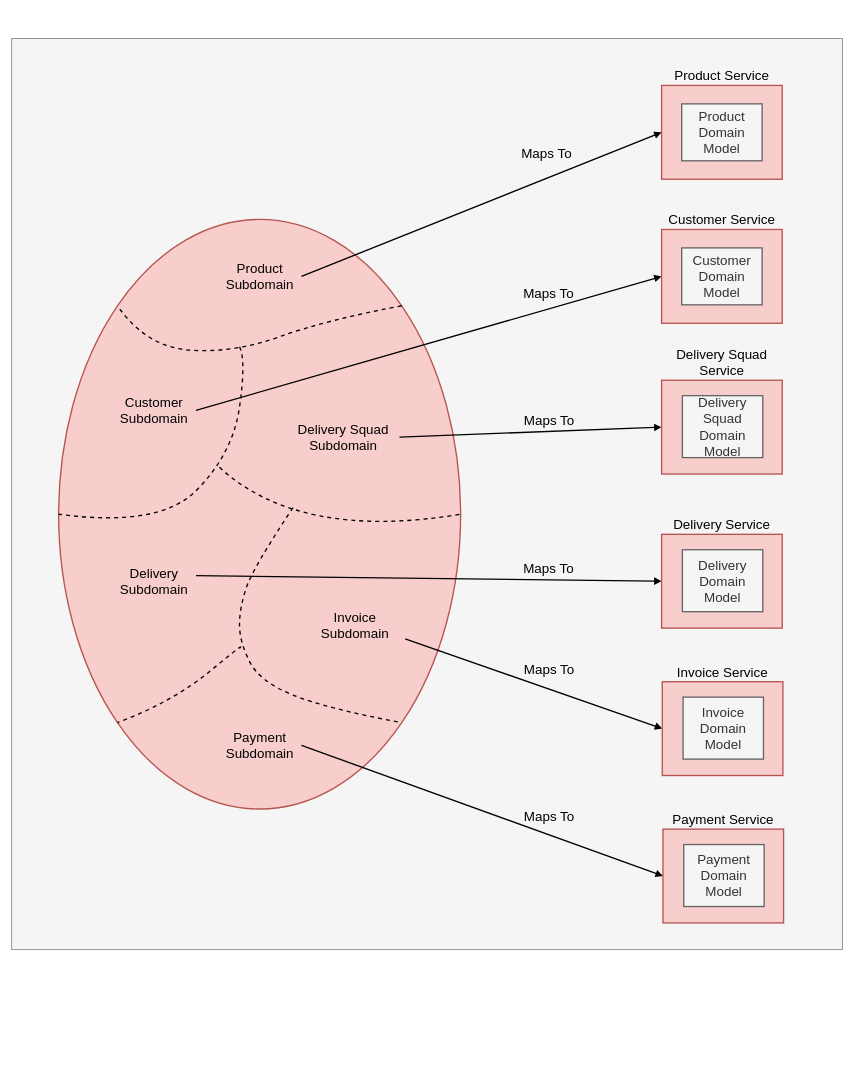
Earlier version of the draw.io diagram docs/diagram/subdomain_service_view.drawio (dudhwalas/dudhwala). Source tidied: cells renumbered, new cells numbered last; positions are measured from the earlier drawing's top-left corner, leaving out a move shared by most shapes. Both pictures are drawn from the tidied source at 67%, with x=0, y=0 at pixel (11, 38).
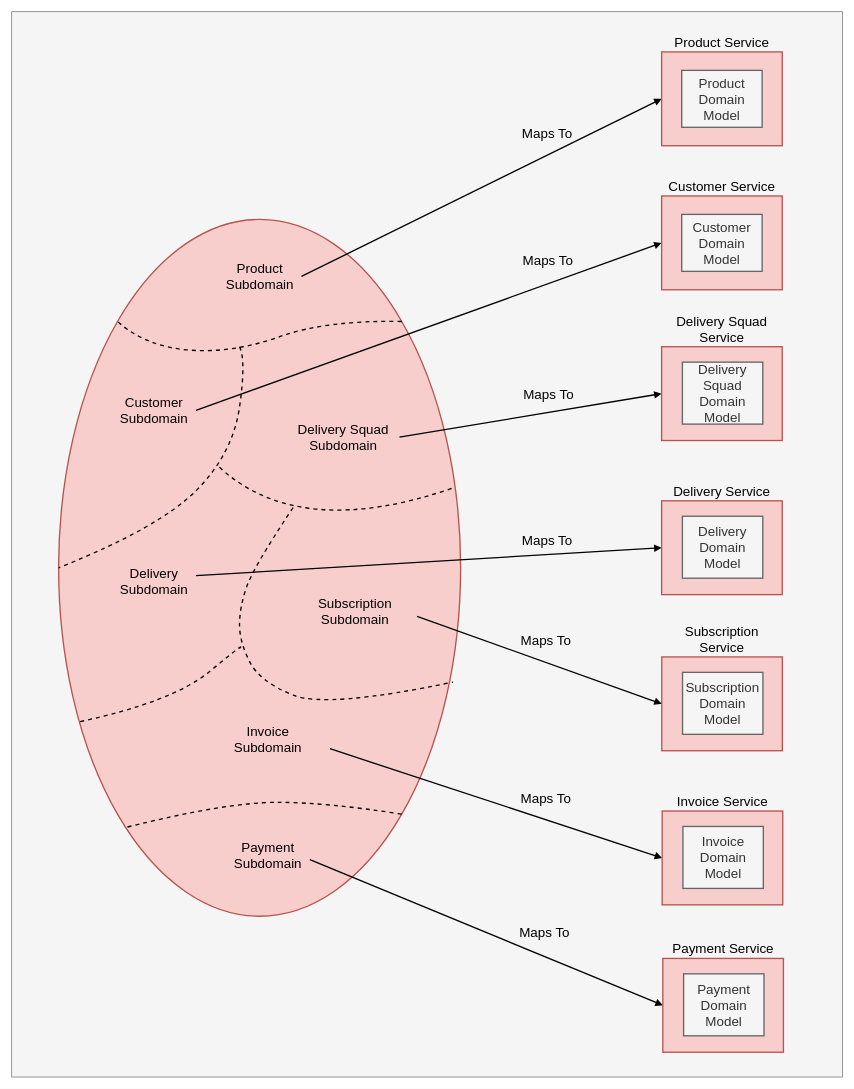
Above is the later version.

Commit message (it also covers changes not shown here):
Added high level service domain model

The change refers to these unchanged cells:
```xml
<mxCell id="6" style="edgeStyle=none;html=1;entryX=0;entryY=0.5;entryDx=0;entryDy=0;endArrow=block;endFill=1;strokeWidth=2;exitX=1;exitY=0.5;exitDx=0;exitDy=0;" parent="1" edge="1" source="11" target="29">
  <mxGeometry relative="1" as="geometry" />
</mxCell>
<mxCell id="14" style="edgeStyle=none;html=1;exitX=1;exitY=0.5;exitDx=0;exitDy=0;entryX=0;entryY=0.5;entryDx=0;entryDy=0;endArrow=block;endFill=1;strokeWidth=2;" parent="1" edge="1" source="16" target="31">
  <mxGeometry relative="1" as="geometry" />
</mxCell>
<mxCell id="21" style="edgeStyle=none;html=1;exitX=1;exitY=0.25;exitDx=0;exitDy=0;entryX=0;entryY=0.5;entryDx=0;entryDy=0;endArrow=block;endFill=1;strokeWidth=2;" parent="1" edge="1" source="23" target="33">
  <mxGeometry relative="1" as="geometry" />
</mxCell>
```

Diff of the diagram source:
```diff
@@
     <mxCell id="2" style="rounded=0;whiteSpace=wrap;html=1;labelBackgroundColor=none;fontSize=20;fillColor=#f5f5f5;fontColor=#333333;strokeColor=#666666;" parent="1" vertex="1">
-      <mxGeometry width="1240" height="1360" as="geometry" />
+      <mxGeometry y="-40" width="1240" height="1590" as="geometry" />
     </mxCell>
     <mxCell id="3" style="ellipse;whiteSpace=wrap;html=1;direction=south;fillColor=#f8cecc;strokeColor=#b85450;strokeWidth=2;fontSize=20;" parent="1" vertex="1">
-      <mxGeometry x="70" y="270" width="600" height="880" as="geometry" />
+      <mxGeometry x="70" y="270" width="600" height="1040" as="geometry" />
     </mxCell>
@@
     <mxCell id="7" value="Maps To" style="edgeLabel;html=1;align=center;verticalAlign=middle;fontSize=20;labelBackgroundColor=none;" parent="6" vertex="1">
       <mxGeometry x="0.31" y="1" relative="1" as="geometry">
-        <mxPoint x="70" y="-43" as="offset" />
+        <mxPoint x="69" y="-60" as="offset" />
       </mxGeometry>
     </mxCell>
@@
-    <mxCell id="12" style="curved=1;endArrow=none;html=1;entryX=1;entryY=0;entryDx=0;entryDy=0;endFill=0;dashed=1;strokeWidth=2;fontSize=20;" parent="1" edge="1" target="3">
+    <mxCell id="12" style="curved=1;endArrow=none;html=1;endFill=0;dashed=1;strokeWidth=2;fontSize=20;entryX=0.664;entryY=0.019;entryDx=0;entryDy=0;entryPerimeter=0;" parent="1" edge="1" target="3">
       <mxGeometry relative="1" as="geometry">
         <mxPoint x="420" y="700" as="sourcePoint" />
         <Array as="points">
           <mxPoint x="360" y="790" />
           <mxPoint x="340" y="850" />
           <mxPoint x="340" y="900" />
           <mxPoint x="370" y="960" />
           <mxPoint x="470" y="1000" />
         </Array>
       </mxGeometry>
     </mxCell>
-    <mxCell id="13" style="curved=1;endArrow=none;html=1;entryX=0.5;entryY=0;entryDx=0;entryDy=0;endFill=0;dashed=1;strokeWidth=2;fontSize=20;" parent="1" edge="1" target="3">
+    <mxCell id="13" style="curved=1;endArrow=none;html=1;entryX=0.385;entryY=0.017;entryDx=0;entryDy=0;endFill=0;dashed=1;strokeWidth=2;fontSize=20;entryPerimeter=0;" parent="1" edge="1" target="3">
       <mxGeometry relative="1" as="geometry">
         <mxPoint x="310" y="640" as="sourcePoint" />
         <Array as="points">
           <mxPoint x="430" y="750" />
         </Array>
       </mxGeometry>
     </mxCell>
@@
     <mxCell id="15" value="Maps To" style="edgeLabel;html=1;align=center;verticalAlign=middle;fontSize=20;labelBackgroundColor=none;" parent="14" vertex="1">
       <mxGeometry x="-0.19" y="-1" relative="1" as="geometry">
-        <mxPoint x="64" y="-20" as="offset" />
+        <mxPoint x="63" y="-40" as="offset" />
       </mxGeometry>
     </mxCell>
@@
-    <mxCell id="17" style="curved=1;endArrow=none;html=1;entryX=1;entryY=1;entryDx=0;entryDy=0;endFill=0;dashed=1;strokeWidth=2;fontSize=20;" parent="1" edge="1" target="3">
+    <mxCell id="17" style="curved=1;endArrow=none;html=1;endFill=0;dashed=1;strokeWidth=2;fontSize=20;" parent="1" edge="1">
       <mxGeometry relative="1" as="geometry">
         <mxPoint x="340" y="910" as="sourcePoint" />
+        <mxPoint x="100" y="1020" as="targetPoint" />
         <Array as="points">
           <mxPoint x="350" y="900" />
           <mxPoint x="240" y="990" />
         </Array>
       </mxGeometry>
     </mxCell>
-    <mxCell id="18" style="edgeStyle=none;html=1;exitX=0.904;exitY=1.2;exitDx=0;exitDy=0;entryX=0;entryY=0.5;entryDx=0;entryDy=0;endArrow=block;endFill=1;strokeWidth=2;exitPerimeter=0;" parent="1" edge="1" source="20" target="35">
+    <mxCell id="18" style="edgeStyle=none;html=1;exitX=1;exitY=1;exitDx=0;exitDy=0;entryX=0;entryY=0.5;entryDx=0;entryDy=0;endArrow=block;endFill=1;strokeWidth=2;" parent="1" edge="1" source="20" target="35">
       <mxGeometry relative="1" as="geometry" />
     </mxCell>
     <mxCell id="19" value="Maps To" style="edgeLabel;html=1;align=center;verticalAlign=middle;fontSize=20;labelBackgroundColor=none;" parent="18" vertex="1">
       <mxGeometry x="-0.01" y="1" relative="1" as="geometry">
-        <mxPoint x="24" y="-21" as="offset" />
+        <mxPoint x="76" y="-6" as="offset" />
       </mxGeometry>
     </mxCell>
     <mxCell id="20" value="Invoice &lt;br&gt;Subdomain" style="text;html=1;strokeColor=none;fillColor=none;align=center;verticalAlign=middle;whiteSpace=wrap;rounded=0;fontSize=20;" parent="1" vertex="1">
-      <mxGeometry x="420" y="860" width="185" height="30" as="geometry" />
+      <mxGeometry x="290" y="1030" width="185" height="30" as="geometry" />
     </mxCell>
@@
     <mxCell id="22" value="Maps To" style="edgeLabel;html=1;align=center;verticalAlign=middle;fontSize=20;labelBackgroundColor=none;" parent="21" vertex="1">
       <mxGeometry x="0.47" y="4" relative="1" as="geometry">
-        <mxPoint x="14" y="-14" as="offset" />
+        <mxPoint x="13" y="-19" as="offset" />
       </mxGeometry>
     </mxCell>
@@
-    <mxCell id="24" style="edgeStyle=none;html=1;exitX=1;exitY=0.5;exitDx=0;exitDy=0;entryX=0;entryY=0.5;entryDx=0;entryDy=0;endArrow=block;endFill=1;strokeWidth=2;" parent="1" edge="1" source="26" target="37">
+    <mxCell id="24" style="edgeStyle=none;html=1;exitX=1;exitY=0.75;exitDx=0;exitDy=0;entryX=0;entryY=0.5;entryDx=0;entryDy=0;endArrow=block;endFill=1;strokeWidth=2;" parent="1" edge="1" source="26" target="37">
       <mxGeometry relative="1" as="geometry" />
     </mxCell>
     <mxCell id="25" value="Maps To" style="edgeLabel;html=1;align=center;verticalAlign=middle;fontSize=20;labelBackgroundColor=none;" parent="24" vertex="1">
       <mxGeometry x="0.33" y="1" relative="1" as="geometry">
-        <mxPoint x="10" y="-23" as="offset" />
+        <mxPoint x="-1" y="-36" as="offset" />
       </mxGeometry>
     </mxCell>
     <mxCell id="26" value="Payment Subdomain" style="text;html=1;strokeColor=none;fillColor=none;align=center;verticalAlign=middle;whiteSpace=wrap;rounded=0;fontSize=20;" parent="1" vertex="1">
-      <mxGeometry x="307.5" y="1040" width="125" height="30" as="geometry" />
+      <mxGeometry x="320" y="1203" width="125" height="30" as="geometry" />
     </mxCell>
     <mxCell id="27" value="Product Service" style="rounded=0;whiteSpace=wrap;html=1;fontSize=20;strokeWidth=2;fillColor=#f8cecc;strokeColor=#b85450;labelPosition=center;verticalLabelPosition=top;align=center;verticalAlign=bottom;" parent="1" vertex="1">
-      <mxGeometry x="970" y="70" width="180" height="140" as="geometry" />
+      <mxGeometry x="970" y="20" width="180" height="140" as="geometry" />
     </mxCell>
     <mxCell id="28" value="Product Domain Model" style="rounded=0;whiteSpace=wrap;html=1;fontSize=20;strokeWidth=2;fillColor=#f5f5f5;fontColor=#333333;strokeColor=#666666;" parent="1" vertex="1">
-      <mxGeometry x="1000" y="97.5" width="120" height="85" as="geometry" />
+      <mxGeometry x="1000" y="47.5" width="120" height="85" as="geometry" />
     </mxCell>
     <mxCell id="29" value="Customer Service" style="rounded=0;whiteSpace=wrap;html=1;fontSize=20;strokeWidth=2;fillColor=#f8cecc;strokeColor=#b85450;labelPosition=center;verticalLabelPosition=top;align=center;verticalAlign=bottom;" parent="1" vertex="1">
-      <mxGeometry x="970" y="285" width="180" height="140" as="geometry" />
+      <mxGeometry x="970" y="235" width="180" height="140" as="geometry" />
     </mxCell>
     <mxCell id="30" value="Customer Domain Model" style="rounded=0;whiteSpace=wrap;html=1;fontSize=20;strokeWidth=2;fillColor=#f5f5f5;fontColor=#333333;strokeColor=#666666;" parent="1" vertex="1">
-      <mxGeometry x="1000" y="312.5" width="120" height="85" as="geometry" />
+      <mxGeometry x="1000" y="262.5" width="120" height="85" as="geometry" />
     </mxCell>
     <mxCell id="31" value="Delivery Squad Service" style="rounded=0;whiteSpace=wrap;html=1;fontSize=20;strokeWidth=2;fillColor=#f8cecc;strokeColor=#b85450;labelPosition=center;verticalLabelPosition=top;align=center;verticalAlign=bottom;" parent="1" vertex="1">
-      <mxGeometry x="970" y="510" width="180" height="140" as="geometry" />
+      <mxGeometry x="970" y="460" width="180" height="140" as="geometry" />
     </mxCell>
     <mxCell id="32" value="Delivery Squad Domain Model" style="rounded=0;whiteSpace=wrap;html=1;fontSize=20;strokeWidth=2;fillColor=#f5f5f5;fontColor=#333333;strokeColor=#666666;" parent="1" vertex="1">
-      <mxGeometry x="1001" y="533" width="120" height="92.5" as="geometry" />
+      <mxGeometry x="1001" y="483" width="120" height="92.5" as="geometry" />
     </mxCell>
     <mxCell id="33" value="Delivery Service" style="rounded=0;whiteSpace=wrap;html=1;fontSize=20;strokeWidth=2;fillColor=#f8cecc;strokeColor=#b85450;labelPosition=center;verticalLabelPosition=top;align=center;verticalAlign=bottom;" parent="1" vertex="1">
-      <mxGeometry x="970" y="740" width="180" height="140" as="geometry" />
+      <mxGeometry x="970" y="690" width="180" height="140" as="geometry" />
     </mxCell>
     <mxCell id="34" value="Delivery Domain Model" style="rounded=0;whiteSpace=wrap;html=1;fontSize=20;strokeWidth=2;fillColor=#f5f5f5;fontColor=#333333;strokeColor=#666666;" parent="1" vertex="1">
-      <mxGeometry x="1001" y="763" width="120" height="92.5" as="geometry" />
+      <mxGeometry x="1001" y="713" width="120" height="92.5" as="geometry" />
     </mxCell>
     <mxCell id="35" value="Invoice Service" style="rounded=0;whiteSpace=wrap;html=1;fontSize=20;strokeWidth=2;fillColor=#f8cecc;strokeColor=#b85450;labelPosition=center;verticalLabelPosition=top;align=center;verticalAlign=bottom;" parent="1" vertex="1">
-      <mxGeometry x="971" y="960" width="180" height="140" as="geometry" />
+      <mxGeometry x="970.8" y="1153" width="180" height="140" as="geometry" />
     </mxCell>
     <mxCell id="36" value="Invoice Domain Model" style="rounded=0;whiteSpace=wrap;html=1;fontSize=20;strokeWidth=2;fillColor=#f5f5f5;fontColor=#333333;strokeColor=#666666;" parent="1" vertex="1">
-      <mxGeometry x="1002" y="983" width="120" height="92.5" as="geometry" />
+      <mxGeometry x="1001.8" y="1176" width="120" height="92.5" as="geometry" />
     </mxCell>
     <mxCell id="37" value="Payment Service" style="rounded=0;whiteSpace=wrap;html=1;fontSize=20;strokeWidth=2;fillColor=#f8cecc;strokeColor=#b85450;labelPosition=center;verticalLabelPosition=top;align=center;verticalAlign=bottom;" parent="1" vertex="1">
-      <mxGeometry x="972" y="1180" width="180" height="140" as="geometry" />
+      <mxGeometry x="971.8" y="1373" width="180" height="140" as="geometry" />
     </mxCell>
     <mxCell id="38" value="Payment Domain Model" style="rounded=0;whiteSpace=wrap;html=1;fontSize=20;strokeWidth=2;fillColor=#f5f5f5;fontColor=#333333;strokeColor=#666666;" parent="1" vertex="1">
-      <mxGeometry x="1003" y="1203" width="120" height="92.5" as="geometry" />
+      <mxGeometry x="1002.8" y="1396" width="120" height="92.5" as="geometry" />
     </mxCell>
+    <mxCell id="39" style="curved=1;endArrow=none;html=1;endFill=0;dashed=1;strokeWidth=2;fontSize=20;entryX=0.873;entryY=0.836;entryDx=0;entryDy=0;entryPerimeter=0;exitX=1;exitY=0;exitDx=0;exitDy=0;" parent="1" edge="1" source="3" target="3">
+      <mxGeometry relative="1" as="geometry">
+        <Array as="points">
+          <mxPoint x="470" y="1140" />
+          <mxPoint x="320" y="1140" />
+        </Array>
+      </mxGeometry>
+    </mxCell>
+    <mxCell id="40" value="Subscription Service" style="rounded=0;whiteSpace=wrap;html=1;fontSize=20;strokeWidth=2;fillColor=#f8cecc;strokeColor=#b85450;labelPosition=center;verticalLabelPosition=top;align=center;verticalAlign=bottom;" parent="1" vertex="1">
+      <mxGeometry x="970.2" y="923" width="180" height="140" as="geometry" />
+    </mxCell>
+    <mxCell id="41" value="Subscription Domain Model" style="rounded=0;whiteSpace=wrap;html=1;fontSize=20;strokeWidth=2;fillColor=#f5f5f5;fontColor=#333333;strokeColor=#666666;" parent="1" vertex="1">
+      <mxGeometry x="1001.2" y="946" width="120" height="92.5" as="geometry" />
+    </mxCell>
+    <mxCell id="42" value="Subscription&lt;br&gt;Subdomain" style="text;html=1;strokeColor=none;fillColor=none;align=center;verticalAlign=middle;whiteSpace=wrap;rounded=0;fontSize=20;" parent="1" vertex="1">
+      <mxGeometry x="420" y="840" width="185" height="30" as="geometry" />
+    </mxCell>
+    <mxCell id="43" style="edgeStyle=none;html=1;entryX=0;entryY=0.5;entryDx=0;entryDy=0;endArrow=block;endFill=1;strokeWidth=2;exitX=1;exitY=0.75;exitDx=0;exitDy=0;" parent="1" edge="1" source="42" target="40">
+      <mxGeometry relative="1" as="geometry" />
+    </mxCell>
+    <mxCell id="44" value="Maps To" style="edgeLabel;html=1;align=center;verticalAlign=middle;fontSize=20;labelBackgroundColor=none;" parent="43" vertex="1">
+      <mxGeometry x="0.47" y="4" relative="1" as="geometry">
+        <mxPoint x="-78" y="-58" as="offset" />
+      </mxGeometry>
+    </mxCell>
```
